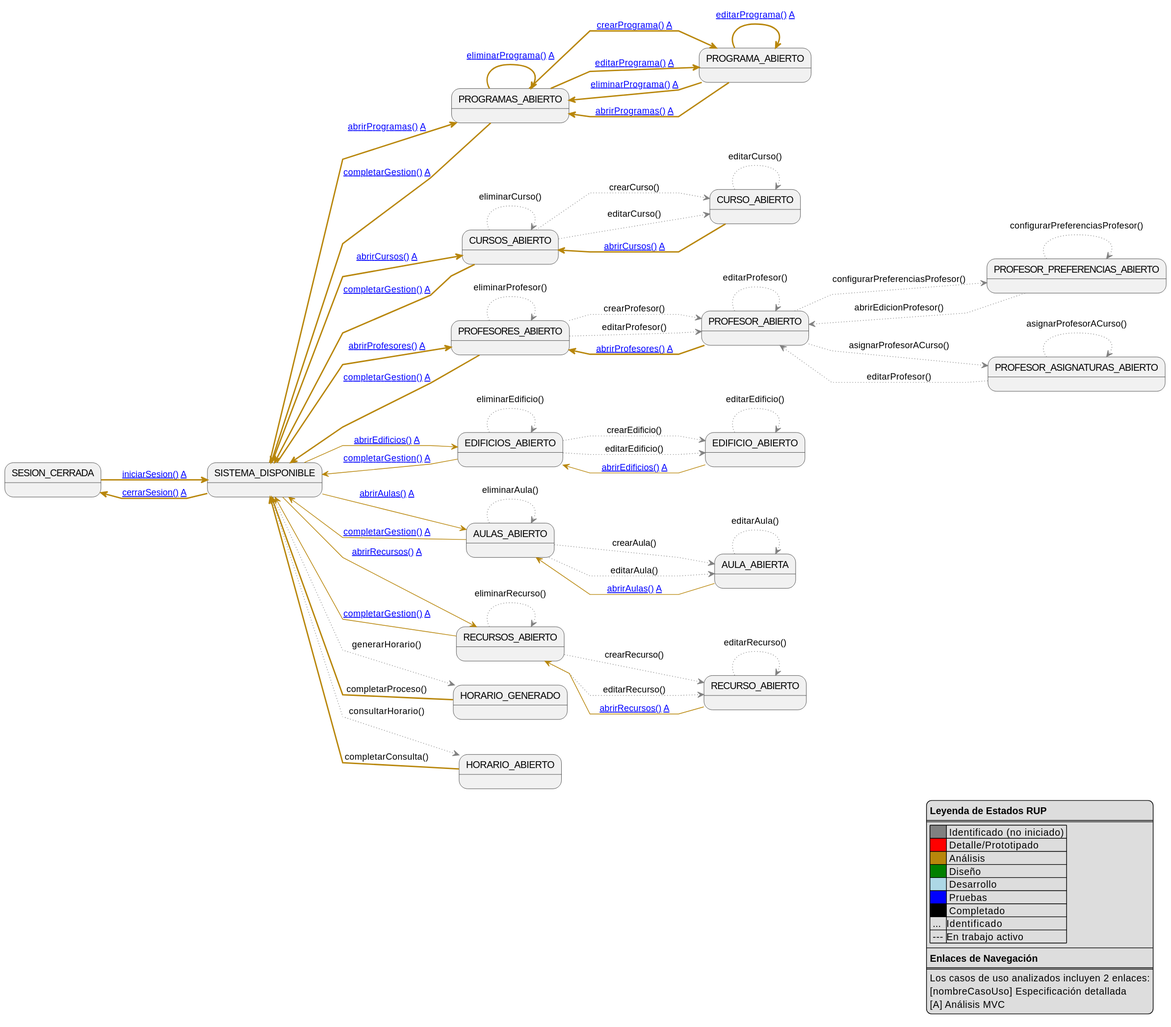
The PlantUML diagram images/RUP/99-seguimiento/diagrama-contexto-administrador.svg in Hexcss/scheduler, before a commit.
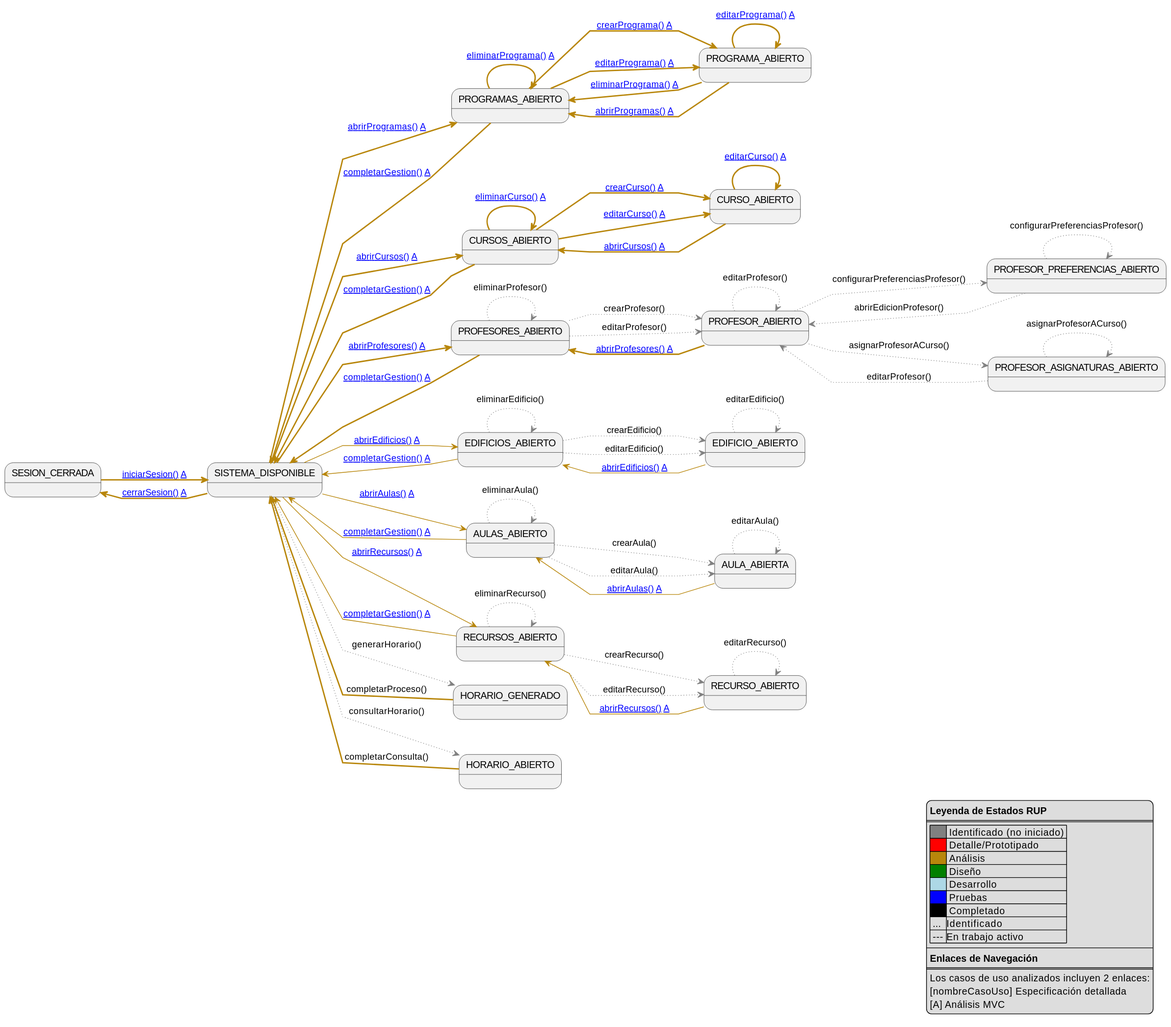
After the commit.

Diff of the diagram source:
```diff
@@ -65,10 +65,10 @@
 EditPrograma -[#darkgoldenrod,thickness=2]-> EditPrograma: [[https://github.com/mmasias/pySigHor/blob/main/RUP/00-casos-uso/02-detalle/editarPrograma/README.md editarPrograma()]] [[https://github.com/mmasias/pySigHor/blob/main/RUP/01-analisis/casos-uso/editarPrograma/README.md A]]
 EditPrograma -[#darkgoldenrod,thickness=2]-> ListProgramas: [[https://github.com/mmasias/pySigHor/blob/main/RUP/00-casos-uso/02-detalle/eliminarPrograma/README.md eliminarPrograma()]] [[https://github.com/mmasias/pySigHor/blob/main/RUP/01-analisis/casos-uso/eliminarPrograma/README.md A]]
 EditPrograma -[#darkgoldenrod,thickness=2]-> ListProgramas: [[https://github.com/mmasias/pySigHor/blob/main/RUP/00-casos-uso/02-detalle/abrirProgramas/README.md abrirProgramas()]] [[https://github.com/mmasias/pySigHor/blob/main/RUP/01-analisis/casos-uso/abrirProgramas/README.md A]]
-ListCursos -[#gray,dotted]-> EditCurso: crearCurso()
-ListCursos -[#gray,dotted]-> EditCurso: editarCurso()
-ListCursos -[#gray,dotted]-> ListCursos: eliminarCurso()
-EditCurso -[#gray,dotted]-> EditCurso: editarCurso()
+ListCursos -[#darkgoldenrod,thickness=2]-> EditCurso: [[https://github.com/mmasias/pySigHor/blob/main/RUP/00-casos-uso/02-detalle/crearCurso/README.md crearCurso()]] [[https://github.com/mmasias/pySigHor/blob/main/RUP/01-analisis/casos-uso/crearCurso/README.md A]]
+ListCursos -[#darkgoldenrod,thickness=2]-> EditCurso: [[https://github.com/mmasias/pySigHor/blob/main/RUP/00-casos-uso/02-detalle/editarCurso/README.md editarCurso()]] [[https://github.com/mmasias/pySigHor/blob/main/RUP/01-analisis/casos-uso/editarCurso/README.md A]]
+ListCursos -[#darkgoldenrod,thickness=2]-> ListCursos: [[https://github.com/mmasias/pySigHor/blob/main/RUP/00-casos-uso/02-detalle/eliminarCurso/README.md eliminarCurso()]] [[https://github.com/mmasias/pySigHor/blob/main/RUP/01-analisis/casos-uso/eliminarCurso/README.md A]]
+EditCurso -[#darkgoldenrod,thickness=2]-> EditCurso: [[https://github.com/mmasias/pySigHor/blob/main/RUP/00-casos-uso/02-detalle/editarCurso/README.md editarCurso()]] [[https://github.com/mmasias/pySigHor/blob/main/RUP/01-analisis/casos-uso/editarCurso/README.md A]]
 EditCurso -[#darkgoldenrod,thickness=2]-> ListCursos: [[https://github.com/mmasias/pySigHor/blob/main/RUP/00-casos-uso/02-detalle/abrirCursos/README.md abrirCursos()]] [[https://github.com/mmasias/pySigHor/blob/main/RUP/01-analisis/casos-uso/abrirCursos/README.md A]]
 ListProfesores -[#gray,dotted]-> EditProfesor: crearProfesor()
 ListProfesores -[#gray,dotted]-> EditProfesor: editarProfesor()
```
